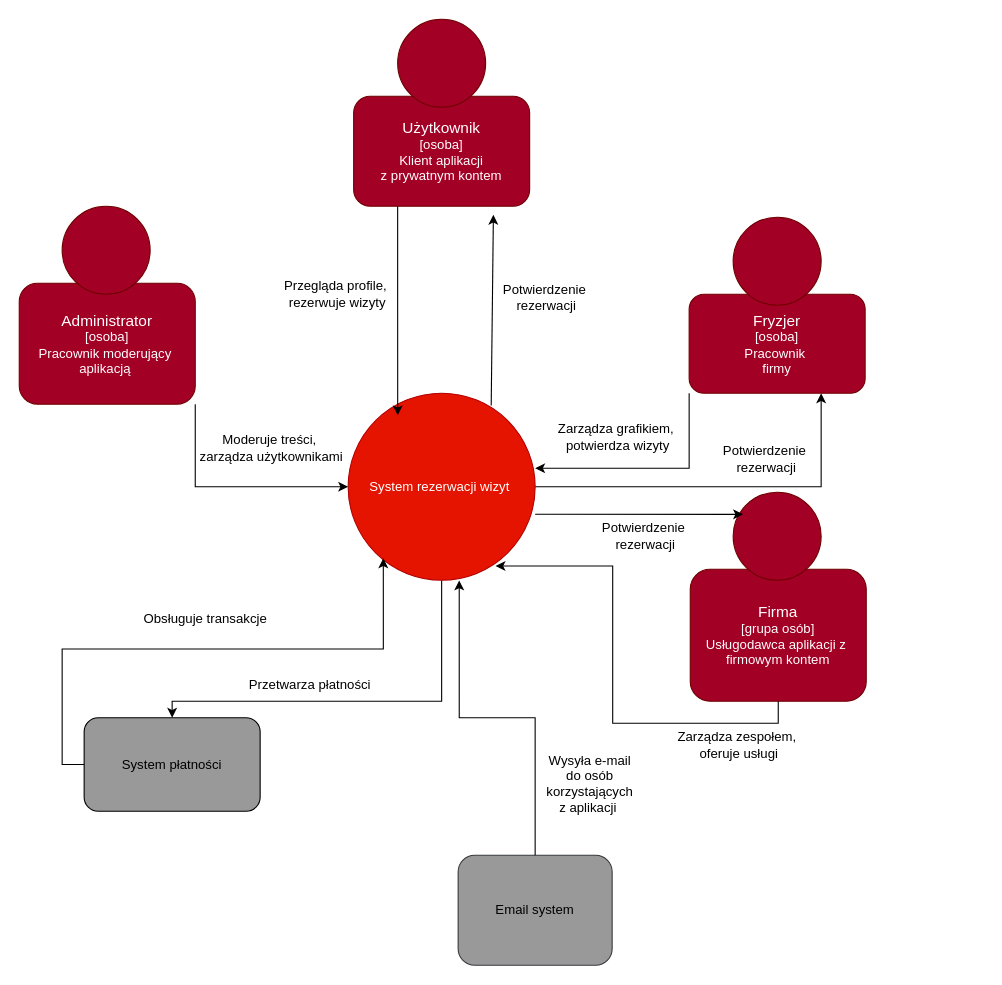
Before: Diagramy/drawio-projects/ContextDiagram.drawio in batushka11/IO, a draw.io diagram. Source tidied: cells renumbered, new cells numbered last; positions are measured from the earlier drawing's top-left corner, leaving out a move shared by most shapes. Both pictures are drawn from the tidied source at 110%, with x=0, y=0 at pixel (19, 19).
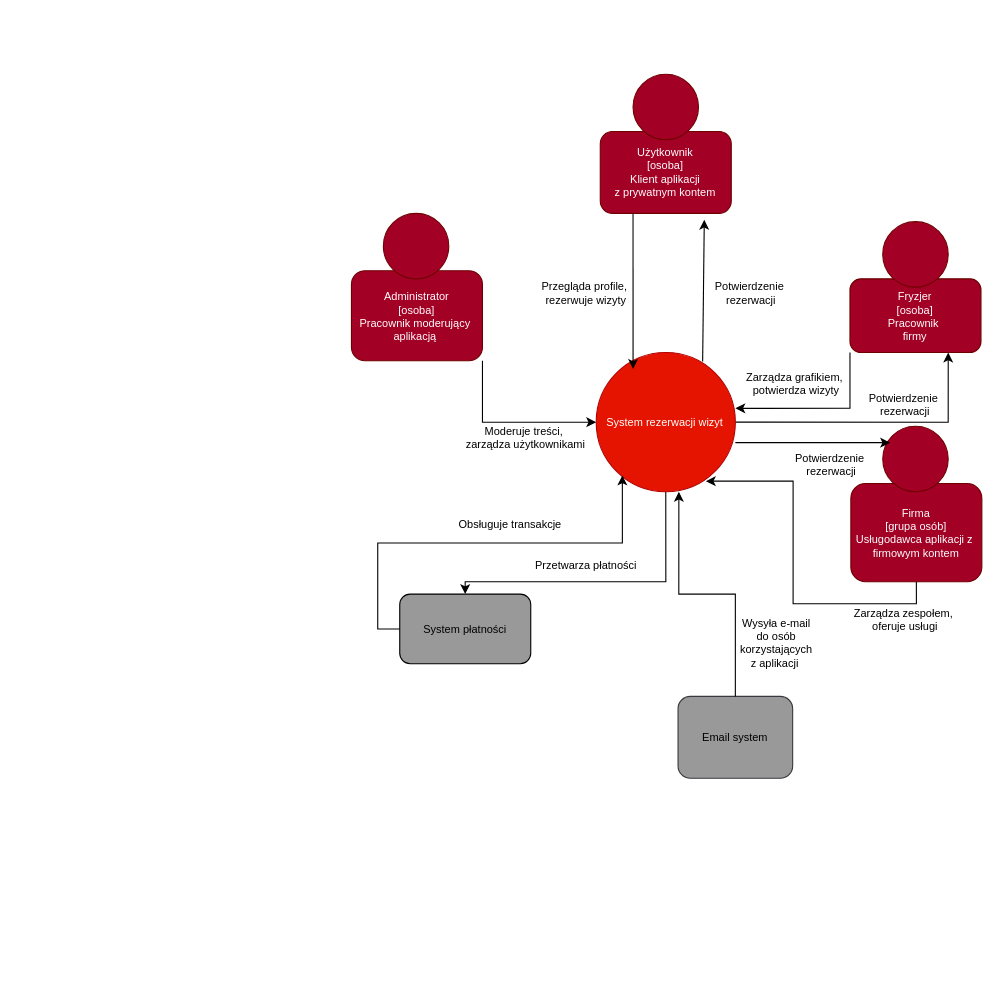
The same page after the edit.

The edit, as a diff of the source:
```diff
@@
+    <mxCell id="33" style="group;fontSize=10;" parent="1" vertex="1">
+      <mxGeometry x="302" y="50" width="573" height="640" as="geometry" />
+    </mxCell>
-    <mxCell id="2" style="edgeStyle=orthogonalEdgeStyle;rounded=0;jettySize=auto;html=1;exitX=1;exitY=0.5;exitDx=0;exitDy=0;entryX=0.75;entryY=1;entryDx=0;entryDy=0;" parent="1" edge="1" source="4" target="7">
+    <mxCell id="2" style="edgeStyle=orthogonalEdgeStyle;rounded=0;jettySize=auto;html=1;exitX=1;exitY=0.5;exitDx=0;exitDy=0;entryX=0.75;entryY=1;entryDx=0;entryDy=0;fontSize=10;" parent="33" edge="1" source="4" target="7">
       <mxGeometry relative="1" as="geometry" />
     </mxCell>
-    <mxCell id="3" style="edgeStyle=orthogonalEdgeStyle;rounded=0;jettySize=auto;html=1;exitX=0.5;exitY=1;exitDx=0;exitDy=0;" parent="1" edge="1" source="4" target="5">
+    <mxCell id="3" style="edgeStyle=orthogonalEdgeStyle;rounded=0;jettySize=auto;html=1;exitX=0.5;exitY=1;exitDx=0;exitDy=0;fontSize=10;" parent="33" edge="1" source="4" target="5">
       <mxGeometry relative="1" as="geometry">
         <Array as="points">
-          <mxPoint x="384" y="620" />
-          <mxPoint x="139" y="620" />
+          <mxPoint x="285.8" y="461.4" />
+          <mxPoint x="103.4" y="461.4" />
         </Array>
       </mxGeometry>
     </mxCell>
-    <mxCell id="4" value="System rezerwacji wizyt&amp;nbsp;" style="ellipse;whiteSpace=wrap;html=1;fillColor=#e51400;strokeColor=#B20000;fontColor=#ffffff;" parent="1" vertex="1">
-      <mxGeometry x="299" y="340" width="170" height="170" as="geometry" />
+    <mxCell id="4" value="System rezerwacji wizyt&amp;nbsp;" style="ellipse;whiteSpace=wrap;html=1;fillColor=#e51400;strokeColor=#B20000;fontColor=#ffffff;fontSize=10;" parent="33" vertex="1">
+      <mxGeometry x="222.5" y="253" width="126.5" height="126.5" as="geometry" />
     </mxCell>
-    <mxCell id="5" value="System płatności" style="rounded=1;whiteSpace=wrap;html=1;fillColor=#999999;" parent="1" vertex="1">
-      <mxGeometry x="59" y="635" width="160" height="85" as="geometry" />
+    <mxCell id="5" value="System płatności" style="rounded=1;whiteSpace=wrap;html=1;fillColor=#999999;fontSize=10;" parent="33" vertex="1">
+      <mxGeometry x="43.9" y="472.6" width="119.1" height="63.3" as="geometry" />
     </mxCell>
-    <mxCell id="6" value="&lt;font style=&quot;font-size: 14px;&quot;&gt;Firma&lt;/font&gt;&lt;div&gt;[grupa osób]&lt;/div&gt;&lt;div&gt;Usługodawca aplikacji z&amp;nbsp;&lt;/div&gt;&lt;div&gt;firmowym kontem&lt;/div&gt;" style="rounded=1;whiteSpace=wrap;html=1;fillColor=#a20025;fontColor=#ffffff;strokeColor=#6F0000;" parent="1" vertex="1">
-      <mxGeometry x="610" y="500" width="160" height="120" as="geometry" />
+    <mxCell id="6" value="&lt;font&gt;Firma&lt;/font&gt;&lt;div&gt;[grupa osób]&lt;/div&gt;&lt;div&gt;Usługodawca aplikacji z&amp;nbsp;&lt;/div&gt;&lt;div&gt;firmowym kontem&lt;/div&gt;" style="rounded=1;whiteSpace=wrap;html=1;fillColor=#a20025;fontColor=#ffffff;strokeColor=#6F0000;fontSize=10;" parent="33" vertex="1">
+      <mxGeometry x="454" y="372.1" width="119.1" height="89.3" as="geometry" />
     </mxCell>
-    <mxCell id="7" value="&lt;font style=&quot;font-size: 14px;&quot;&gt;Fryzjer&lt;/font&gt;&lt;div&gt;[osoba]&lt;/div&gt;&lt;div&gt;Pracownik&amp;nbsp;&lt;/div&gt;&lt;div&gt;firmy&lt;/div&gt;" style="rounded=1;whiteSpace=wrap;html=1;fillColor=#a20025;fontColor=#ffffff;strokeColor=#6F0000;" parent="1" vertex="1">
-      <mxGeometry x="609" y="250" width="160" height="90" as="geometry" />
+    <mxCell id="7" value="&lt;font&gt;Fryzjer&lt;/font&gt;&lt;div&gt;[osoba]&lt;/div&gt;&lt;div&gt;Pracownik&amp;nbsp;&lt;/div&gt;&lt;div&gt;firmy&lt;/div&gt;" style="rounded=1;whiteSpace=wrap;html=1;fillColor=#a20025;fontColor=#ffffff;strokeColor=#6F0000;fontSize=10;" parent="33" vertex="1">
+      <mxGeometry x="453.2" y="186" width="119.1" height="67" as="geometry" />
     </mxCell>
-    <mxCell id="8" style="edgeStyle=orthogonalEdgeStyle;rounded=0;jettySize=auto;html=1;exitX=1;exitY=1;exitDx=0;exitDy=0;" parent="1" edge="1" source="9" target="4">
+    <mxCell id="8" style="edgeStyle=orthogonalEdgeStyle;rounded=0;jettySize=auto;html=1;exitX=1;exitY=1;exitDx=0;exitDy=0;fontSize=10;" parent="33" edge="1" source="9" target="4">
       <mxGeometry relative="1" as="geometry" />
     </mxCell>
-    <mxCell id="9" value="&lt;font style=&quot;font-size: 14px;&quot;&gt;Administrator&lt;/font&gt;&lt;div&gt;[osoba]&lt;/div&gt;&lt;div&gt;Pracownik moderujący&amp;nbsp;&lt;/div&gt;&lt;div&gt;aplikacją&amp;nbsp;&lt;/div&gt;" style="rounded=1;whiteSpace=wrap;html=1;fillColor=#a20025;fontColor=#ffffff;strokeColor=#6F0000;" parent="1" vertex="1">
-      <mxGeometry y="240" width="160" height="110" as="geometry" />
+    <mxCell id="9" value="&lt;font&gt;Administrator&lt;/font&gt;&lt;div&gt;[osoba]&lt;/div&gt;&lt;div&gt;Pracownik moderujący&amp;nbsp;&lt;/div&gt;&lt;div&gt;aplikacją&amp;nbsp;&lt;/div&gt;" style="rounded=1;whiteSpace=wrap;html=1;fillColor=#a20025;fontColor=#ffffff;strokeColor=#6F0000;fontSize=10;" parent="33" vertex="1">
+      <mxGeometry y="178.6" width="119.1" height="81.9" as="geometry" />
     </mxCell>
-    <mxCell id="10" value="&lt;font style=&quot;font-size: 14px;&quot;&gt;Użytkownik&lt;/font&gt;&lt;div&gt;[osoba]&lt;/div&gt;&lt;div&gt;Klient aplikacji&lt;/div&gt;&lt;div&gt;z prywatnym kontem&lt;/div&gt;" style="rounded=1;whiteSpace=wrap;html=1;fillColor=#a20025;fontColor=#ffffff;strokeColor=#6F0000;" parent="1" vertex="1">
-      <mxGeometry x="304" y="70" width="160" height="100" as="geometry" />
+    <mxCell id="10" value="&lt;font&gt;Użytkownik&lt;/font&gt;&lt;div&gt;[osoba]&lt;/div&gt;&lt;div&gt;Klient aplikacji&lt;/div&gt;&lt;div&gt;z prywatnym kontem&lt;/div&gt;" style="rounded=1;whiteSpace=wrap;html=1;fillColor=#a20025;fontColor=#ffffff;strokeColor=#6F0000;fontSize=10;" parent="33" vertex="1">
+      <mxGeometry x="226.2" y="52.1" width="119.1" height="74.4" as="geometry" />
     </mxCell>
-    <mxCell id="11" style="edgeStyle=orthogonalEdgeStyle;rounded=0;jettySize=auto;html=1;exitX=0.25;exitY=1;exitDx=0;exitDy=0;entryX=0.265;entryY=0.118;entryDx=0;entryDy=0;entryPerimeter=0;" parent="1" edge="1" source="10" target="4">
+    <mxCell id="11" style="edgeStyle=orthogonalEdgeStyle;rounded=0;jettySize=auto;html=1;exitX=0.25;exitY=1;exitDx=0;exitDy=0;entryX=0.265;entryY=0.118;entryDx=0;entryDy=0;entryPerimeter=0;fontSize=10;" parent="33" edge="1" source="10" target="4">
       <mxGeometry relative="1" as="geometry" />
     </mxCell>
-    <mxCell id="12" style="endArrow=classic;html=1;rounded=0;entryX=0.794;entryY=1.078;entryDx=0;entryDy=0;exitX=0.765;exitY=0.065;exitDx=0;exitDy=0;exitPerimeter=0;entryPerimeter=0;" parent="1" edge="1" source="4" target="10">
+    <mxCell id="12" style="endArrow=classic;html=1;rounded=0;entryX=0.794;entryY=1.078;entryDx=0;entryDy=0;exitX=0.765;exitY=0.065;exitDx=0;exitDy=0;exitPerimeter=0;entryPerimeter=0;fontSize=10;" parent="33" edge="1" source="4" target="10">
       <mxGeometry relative="1" as="geometry" />
     </mxCell>
-    <mxCell id="13" style="edgeStyle=orthogonalEdgeStyle;rounded=0;jettySize=auto;html=1;exitX=0;exitY=1;exitDx=0;exitDy=0;entryX=1;entryY=0.401;entryDx=0;entryDy=0;entryPerimeter=0;" parent="1" edge="1" source="7" target="4">
+    <mxCell id="13" style="edgeStyle=orthogonalEdgeStyle;rounded=0;jettySize=auto;html=1;exitX=0;exitY=1;exitDx=0;exitDy=0;entryX=1;entryY=0.401;entryDx=0;entryDy=0;entryPerimeter=0;fontSize=10;" parent="33" edge="1" source="7" target="4">
       <mxGeometry relative="1" as="geometry" />
     </mxCell>
-    <mxCell id="14" style="edgeStyle=orthogonalEdgeStyle;rounded=0;jettySize=auto;html=1;exitX=0.5;exitY=1;exitDx=0;exitDy=0;entryX=0.788;entryY=0.924;entryDx=0;entryDy=0;entryPerimeter=0;" parent="1" edge="1" source="6" target="4">
+    <mxCell id="14" style="edgeStyle=orthogonalEdgeStyle;rounded=0;jettySize=auto;html=1;exitX=0.5;exitY=1;exitDx=0;exitDy=0;entryX=0.788;entryY=0.924;entryDx=0;entryDy=0;entryPerimeter=0;fontSize=10;" parent="33" edge="1" source="6" target="4">
       <mxGeometry relative="1" as="geometry" />
     </mxCell>
-    <mxCell id="15" style="edgeStyle=orthogonalEdgeStyle;rounded=0;jettySize=auto;html=1;exitX=0;exitY=0.5;exitDx=0;exitDy=0;entryX=0.188;entryY=0.883;entryDx=0;entryDy=0;entryPerimeter=0;" parent="1" edge="1" source="5" target="4">
+    <mxCell id="15" style="edgeStyle=orthogonalEdgeStyle;rounded=0;jettySize=auto;html=1;exitX=0;exitY=0.5;exitDx=0;exitDy=0;entryX=0.188;entryY=0.883;entryDx=0;entryDy=0;entryPerimeter=0;fontSize=10;" parent="33" edge="1" source="5" target="4">
       <mxGeometry relative="1" as="geometry" />
     </mxCell>
-    <mxCell id="16" value="Przegląda profile,&amp;nbsp;&lt;div&gt;rezerwuje wizyty&lt;/div&gt;" style="text;html=1;align=center;verticalAlign=middle;strokeColor=none;fillColor=none;" parent="1" vertex="1">
-      <mxGeometry x="229" y="230" width="120" height="40" as="geometry" />
+    <mxCell id="16" value="Przegląda profile,&amp;nbsp;&lt;div&gt;rezerwuje wizyty&lt;/div&gt;" style="text;html=1;align=center;verticalAlign=middle;strokeColor=none;fillColor=none;fontSize=10;" parent="33" vertex="1">
+      <mxGeometry x="163" y="178.6" width="100" height="40" as="geometry" />
     </mxCell>
-    <mxCell id="17" value="Potwierdzenie&amp;nbsp;&lt;div&gt;rezerwacji&lt;/div&gt;" style="text;html=1;align=center;verticalAlign=middle;strokeColor=none;fillColor=none;" parent="1" vertex="1">
-      <mxGeometry x="429" y="233" width="100" height="40" as="geometry" />
+    <mxCell id="17" value="Potwierdzenie&amp;nbsp;&lt;div&gt;rezerwacji&lt;/div&gt;" style="text;html=1;align=center;verticalAlign=middle;strokeColor=none;fillColor=none;fontSize=10;" parent="33" vertex="1">
+      <mxGeometry x="318" y="178.6" width="90" height="40" as="geometry" />
     </mxCell>
-    <mxCell id="18" value="Zarządza grafikiem,&amp;nbsp;&lt;div&gt;potwierdza wizyty&lt;/div&gt;" style="text;html=1;align=center;verticalAlign=middle;strokeColor=none;fillColor=none;" parent="1" vertex="1">
-      <mxGeometry x="479" y="360" width="130" height="40" as="geometry" />
+    <mxCell id="18" value="Zarządza grafikiem,&amp;nbsp;&lt;div&gt;potwierdza wizyty&lt;/div&gt;" style="text;html=1;align=center;verticalAlign=middle;strokeColor=none;fillColor=none;fontSize=10;" parent="33" vertex="1">
+      <mxGeometry x="349" y="260.5" width="110" height="40" as="geometry" />
     </mxCell>
-    <mxCell id="19" value="Potwierdzenie&amp;nbsp;&lt;div&gt;rezerwacji&lt;/div&gt;" style="text;html=1;align=center;verticalAlign=middle;strokeColor=none;fillColor=none;" parent="1" vertex="1">
-      <mxGeometry x="629" y="380" width="100" height="40" as="geometry" />
+    <mxCell id="19" value="Potwierdzenie&amp;nbsp;&lt;div&gt;rezerwacji&lt;/div&gt;" style="text;html=1;align=center;verticalAlign=middle;strokeColor=none;fillColor=none;fontSize=10;" parent="33" vertex="1">
+      <mxGeometry x="458.3" y="280" width="90" height="40" as="geometry" />
     </mxCell>
-    <mxCell id="20" value="Zarządza zespołem,&amp;nbsp;&lt;div&gt;oferuje usługi&lt;/div&gt;" style="text;html=1;align=center;verticalAlign=middle;strokeColor=none;fillColor=none;" parent="1" vertex="1">
-      <mxGeometry x="589" y="640" width="130" height="40" as="geometry" />
+    <mxCell id="20" value="Zarządza zespołem,&amp;nbsp;&lt;div&gt;oferuje usługi&lt;/div&gt;" style="text;html=1;align=center;verticalAlign=middle;strokeColor=none;fillColor=none;fontSize=10;" parent="33" vertex="1">
+      <mxGeometry x="443.3" y="476.3" width="120" height="40" as="geometry" />
     </mxCell>
-    <mxCell id="21" value="Potwierdzenie&amp;nbsp;&lt;div&gt;rezerwacji&lt;/div&gt;" style="text;html=1;align=center;verticalAlign=middle;strokeColor=none;fillColor=none;" parent="1" vertex="1">
-      <mxGeometry x="519" y="450" width="100" height="40" as="geometry" />
+    <mxCell id="21" value="Potwierdzenie&amp;nbsp;&lt;div&gt;rezerwacji&lt;/div&gt;" style="text;html=1;align=center;verticalAlign=middle;strokeColor=none;fillColor=none;fontSize=10;" parent="33" vertex="1">
+      <mxGeometry x="391.2" y="334.9" width="90" height="40" as="geometry" />
     </mxCell>
-    <mxCell id="22" value="Moderuje treści,&amp;nbsp;&lt;div&gt;zarządza użytkownikami&lt;/div&gt;" style="text;html=1;align=center;verticalAlign=middle;strokeColor=none;fillColor=none;" parent="1" vertex="1">
-      <mxGeometry x="154" y="370" width="150" height="40" as="geometry" />
+    <mxCell id="22" value="Moderuje treści,&amp;nbsp;&lt;div&gt;zarządza użytkownikami&lt;/div&gt;" style="text;html=1;align=center;verticalAlign=middle;strokeColor=none;fillColor=none;fontSize=10;" parent="33" vertex="1">
+      <mxGeometry x="92.5" y="310" width="130" height="40" as="geometry" />
     </mxCell>
-    <mxCell id="23" value="Przetwarza płatności" style="text;html=1;align=center;verticalAlign=middle;strokeColor=none;fillColor=none;" parent="1" vertex="1">
-      <mxGeometry x="199" y="590" width="130" height="30" as="geometry" />
+    <mxCell id="23" value="Przetwarza płatności" style="text;html=1;align=center;verticalAlign=middle;strokeColor=none;fillColor=none;fontSize=10;" parent="33" vertex="1">
+      <mxGeometry x="153.1" y="431.4" width="120" height="30" as="geometry" />
     </mxCell>
-    <mxCell id="24" value="Obsługuje transakcje" style="text;html=1;align=center;verticalAlign=middle;strokeColor=none;fillColor=none;" parent="1" vertex="1">
-      <mxGeometry x="99" y="530" width="140" height="30" as="geometry" />
+    <mxCell id="24" value="Obsługuje transakcje" style="text;html=1;align=center;verticalAlign=middle;strokeColor=none;fillColor=none;fontSize=10;" parent="33" vertex="1">
+      <mxGeometry x="83.7" y="394.4" width="120" height="30" as="geometry" />
     </mxCell>
-    <mxCell id="25" style="ellipse;whiteSpace=wrap;html=1;fillColor=#a20025;fontColor=#ffffff;strokeColor=#6F0000;" parent="1" vertex="1">
-      <mxGeometry x="344" width="80" height="80" as="geometry" />
+    <mxCell id="25" style="ellipse;whiteSpace=wrap;html=1;fillColor=#a20025;fontColor=#ffffff;strokeColor=#6F0000;fontSize=10;" parent="33" vertex="1">
+      <mxGeometry x="256" width="59.5" height="59.5" as="geometry" />
     </mxCell>
-    <mxCell id="26" style="ellipse;whiteSpace=wrap;html=1;fillColor=#a20025;fontColor=#ffffff;strokeColor=#6F0000;" parent="1" vertex="1">
-      <mxGeometry x="649" y="180" width="80" height="80" as="geometry" />
+    <mxCell id="26" style="ellipse;whiteSpace=wrap;html=1;fillColor=#a20025;fontColor=#ffffff;strokeColor=#6F0000;fontSize=10;" parent="33" vertex="1">
+      <mxGeometry x="483" y="134" width="59.5" height="59.5" as="geometry" />
     </mxCell>
-    <mxCell id="27" value="Email system" style="rounded=1;whiteSpace=wrap;html=1;fillColor=#999999;strokeColor=#36393d;" parent="1" vertex="1">
-      <mxGeometry x="399" y="760" width="140" height="100" as="geometry" />
+    <mxCell id="27" value="Email system" style="rounded=1;whiteSpace=wrap;html=1;fillColor=#999999;strokeColor=#36393d;fontSize=10;" parent="33" vertex="1">
+      <mxGeometry x="296.9" y="565.6" width="104.2" height="74.4" as="geometry" />
     </mxCell>
-    <mxCell id="28" style="edgeStyle=orthogonalEdgeStyle;rounded=0;jettySize=auto;html=1;exitX=0.5;exitY=0;exitDx=0;exitDy=0;entryX=0.594;entryY=1.001;entryDx=0;entryDy=0;entryPerimeter=0;" parent="1" edge="1" source="27" target="4">
+    <mxCell id="28" style="edgeStyle=orthogonalEdgeStyle;rounded=0;jettySize=auto;html=1;exitX=0.5;exitY=0;exitDx=0;exitDy=0;entryX=0.594;entryY=1.001;entryDx=0;entryDy=0;entryPerimeter=0;fontSize=10;" parent="33" edge="1" source="27" target="4">
       <mxGeometry relative="1" as="geometry" />
     </mxCell>
-    <mxCell id="29" value="Wysyła e-mail do osób korzystających z aplikacji&amp;nbsp;" style="text;html=1;align=center;verticalAlign=middle;whiteSpace=wrap;rounded=0;" parent="1" vertex="1">
-      <mxGeometry x="489" y="680" width="60" height="30" as="geometry" />
+    <mxCell id="29" value="Wysyła e-mail do osób korzystających z aplikacji&amp;nbsp;" style="text;html=1;align=center;verticalAlign=middle;whiteSpace=wrap;rounded=0;fontSize=10;" parent="33" vertex="1">
+      <mxGeometry x="363.9" y="506" width="44.7" height="22.3" as="geometry" />
     </mxCell>
-    <mxCell id="30" style="ellipse;whiteSpace=wrap;html=1;fillColor=#a20025;fontColor=#ffffff;strokeColor=#6F0000;" parent="1" vertex="1">
-      <mxGeometry x="39" y="170" width="80" height="80" as="geometry" />
+    <mxCell id="30" style="ellipse;whiteSpace=wrap;html=1;fillColor=#a20025;fontColor=#ffffff;strokeColor=#6F0000;fontSize=10;" parent="33" vertex="1">
+      <mxGeometry x="29" y="126.5" width="59.5" height="59.5" as="geometry" />
     </mxCell>
-    <mxCell id="31" style="ellipse;whiteSpace=wrap;html=1;fillColor=#a20025;fontColor=#ffffff;strokeColor=#6F0000;" parent="1" vertex="1">
-      <mxGeometry x="649" y="430" width="80" height="80" as="geometry" />
+    <mxCell id="31" style="ellipse;whiteSpace=wrap;html=1;fillColor=#a20025;fontColor=#ffffff;strokeColor=#6F0000;fontSize=10;" parent="33" vertex="1">
+      <mxGeometry x="483" y="320" width="59.5" height="59.5" as="geometry" />
     </mxCell>
-    <mxCell id="32" style="endArrow=classic;html=1;rounded=0;entryX=0.113;entryY=0.251;entryDx=0;entryDy=0;entryPerimeter=0;" parent="1" edge="1" target="31">
+    <mxCell id="32" style="endArrow=classic;html=1;rounded=0;entryX=0.113;entryY=0.251;entryDx=0;entryDy=0;entryPerimeter=0;fontSize=10;" parent="33" edge="1" target="31">
       <mxGeometry relative="1" as="geometry">
-        <mxPoint x="469" y="450" as="sourcePoint" />
+        <mxPoint x="349" y="334.9" as="sourcePoint" />
       </mxGeometry>
     </mxCell>
```
